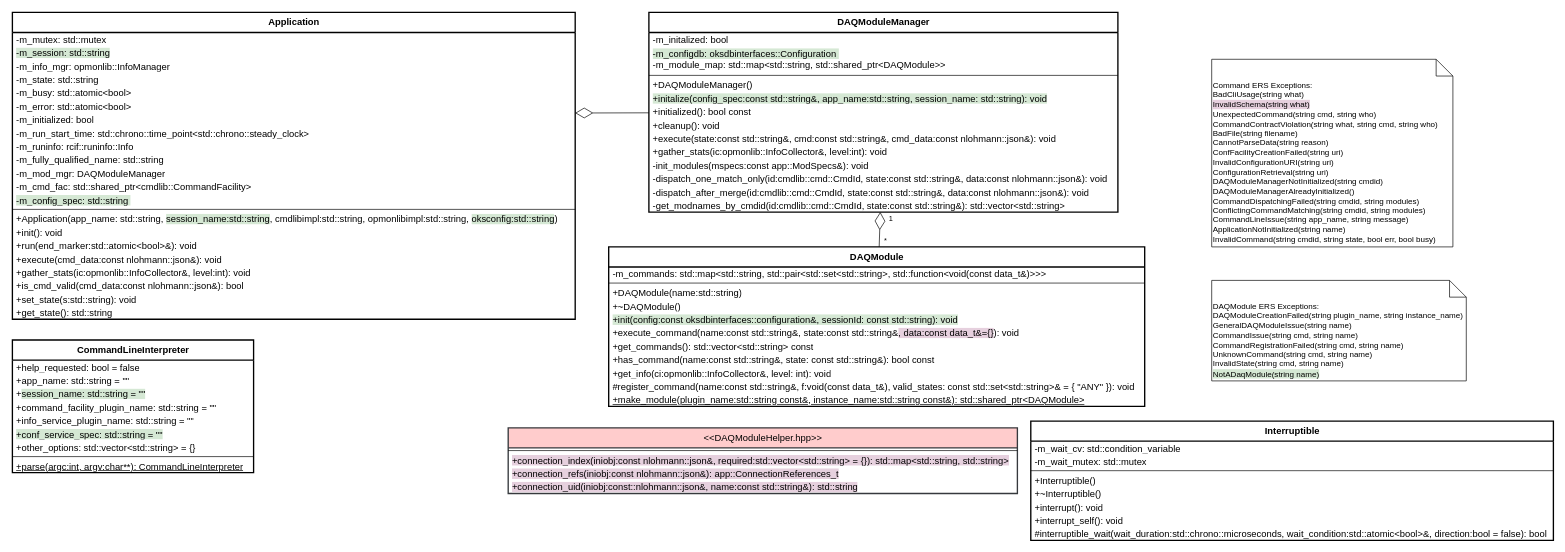
This is page "OKS config plain" (2 of 3) of docs/appfwk.drawio from DUNE-DAQ/appfwk, a draw.io file, before an edit. Source tidied: cells renumbered, new cells numbered last; positions are measured from the earlier drawing's top-left corner, leaving out a move shared by most shapes. Both pictures are drawn from the tidied source at 67%, with x=0, y=0 at pixel (12, 12).
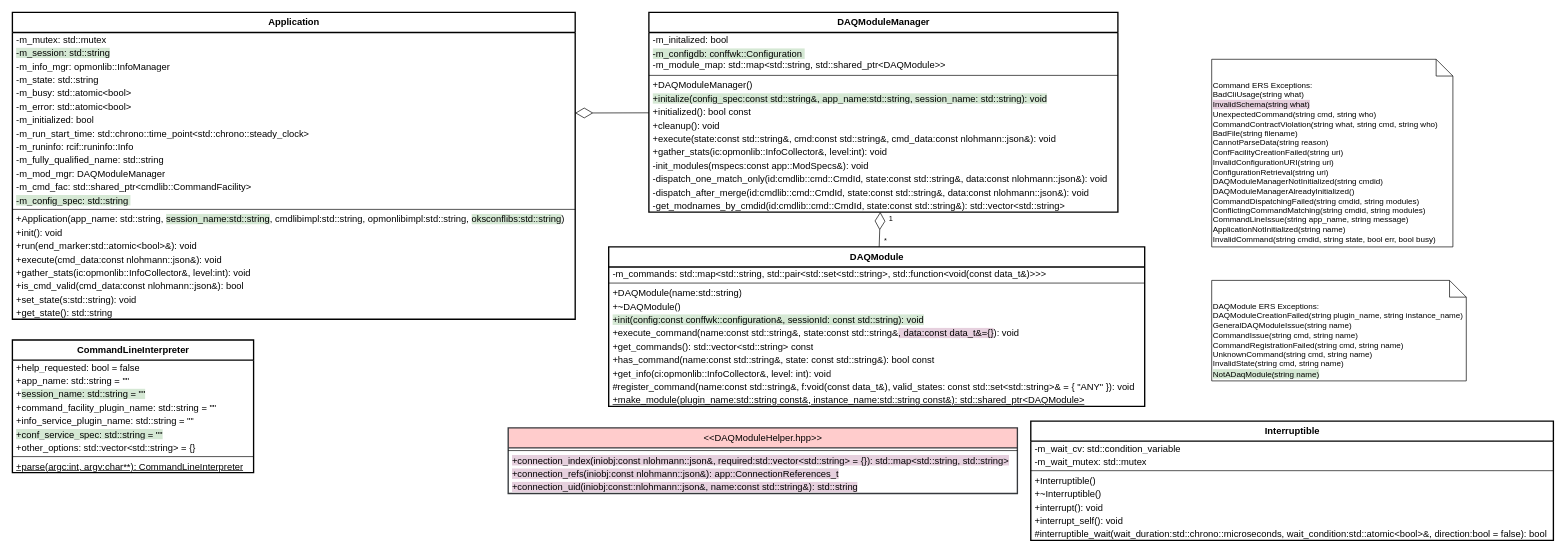
The same page after the edit.

Unchanged cells that the change refers to:
```xml
<mxCell id="2" value="&lt;b&gt;Application&lt;br&gt;&lt;/b&gt;" style="swimlane;fontStyle=0;align=center;verticalAlign=top;horizontal=1;startSize=30;html=1;fontFamily=Helvetica;fontSize=14;strokeWidth=2;fillColor=default;" parent="1" vertex="1">
  <mxGeometry width="840" height="458" as="geometry" />
</mxCell>
<mxCell id="25" value="&lt;b&gt;DAQModuleManager&lt;br&gt;&lt;/b&gt;" style="swimlane;fontStyle=0;align=center;verticalAlign=top;horizontal=1;startSize=30;html=1;fontFamily=Helvetica;fontSize=14;strokeWidth=2;fillColor=default;" parent="1" vertex="1">
  <mxGeometry x="950" width="700" height="298" as="geometry" />
</mxCell>
<mxCell id="39" value="&lt;b&gt;DAQModule&lt;br&gt;&lt;/b&gt;" style="swimlane;fontStyle=0;align=center;verticalAlign=top;horizontal=1;startSize=30;html=1;fontFamily=Helvetica;fontSize=14;strokeWidth=2;fillColor=default;" parent="1" vertex="1">
  <mxGeometry x="890" y="350" width="800" height="238" as="geometry" />
</mxCell>
```

Diff of the diagram source:
```diff
@@
-    <mxCell id="17" value="+Application(app_name: std::string, &lt;span style=&quot;background-color: rgb(213, 232, 212);&quot;&gt;session_name:std::string&lt;/span&gt;, cmdlibimpl:std::string, opmonlibimpl:std::string, &lt;span style=&quot;background-color: rgb(213, 232, 212);&quot;&gt;oksconfig:std::string&lt;/span&gt;)" style="text;html=1;strokeColor=none;fillColor=none;align=left;verticalAlign=middle;spacingLeft=4;spacingRight=4;overflow=hidden;fontFamily=Helvetica;fontSize=14;" parent="2" vertex="1">
+    <mxCell id="17" value="+Application(app_name: std::string, &lt;span style=&quot;background-color: rgb(213, 232, 212);&quot;&gt;session_name:std::string&lt;/span&gt;, cmdlibimpl:std::string, opmonlibimpl:std::string, &lt;span style=&quot;background-color: rgb(213, 232, 212);&quot;&gt;oksconflibs:std::string&lt;/span&gt;)" style="text;html=1;strokeColor=none;fillColor=none;align=left;verticalAlign=middle;spacingLeft=4;spacingRight=4;overflow=hidden;fontFamily=Helvetica;fontSize=14;" parent="2" vertex="1">
       <mxGeometry y="298" width="840" height="20" as="geometry" />
     </mxCell>
@@
-    <mxCell id="27" value="&lt;span style=&quot;background-color: rgb(213, 232, 212);&quot;&gt;-m_configdb: oksdbinterfaces::Configuration&amp;nbsp;&lt;br&gt;&lt;/span&gt;-m_module_map: std::map&amp;lt;std::string, std::shared_ptr&amp;lt;DAQModule&amp;gt;&amp;gt;" style="text;html=1;strokeColor=none;fillColor=none;align=left;verticalAlign=middle;spacingLeft=4;spacingRight=4;overflow=hidden;fontFamily=Helvetica;fontSize=14;" parent="25" vertex="1">
+    <mxCell id="27" value="&lt;span style=&quot;background-color: rgb(213, 232, 212);&quot;&gt;-m_configdb: conffwk::Configuration&amp;nbsp;&lt;br&gt;&lt;/span&gt;-m_module_map: std::map&amp;lt;std::string, std::shared_ptr&amp;lt;DAQModule&amp;gt;&amp;gt;" style="text;html=1;strokeColor=none;fillColor=none;align=left;verticalAlign=middle;spacingLeft=4;spacingRight=4;overflow=hidden;fontFamily=Helvetica;fontSize=14;" parent="25" vertex="1">
       <mxGeometry y="50" width="700" height="40" as="geometry" />
     </mxCell>
@@
-    <mxCell id="44" value="&lt;span style=&quot;background-color: rgb(213, 232, 212);&quot;&gt;+init(config:const oksdbinterfaces::configuration&amp;amp;, sessionId: const std::string): void&lt;/span&gt;" style="text;html=1;strokeColor=none;fillColor=none;align=left;verticalAlign=middle;spacingLeft=4;spacingRight=4;overflow=hidden;fontFamily=Helvetica;fontSize=14;" parent="39" vertex="1">
+    <mxCell id="44" value="&lt;span style=&quot;background-color: rgb(213, 232, 212);&quot;&gt;+init(config:const conffwk::configuration&amp;amp;, sessionId: const std::string): void&lt;/span&gt;" style="text;html=1;strokeColor=none;fillColor=none;align=left;verticalAlign=middle;spacingLeft=4;spacingRight=4;overflow=hidden;fontFamily=Helvetica;fontSize=14;" parent="39" vertex="1">
       <mxGeometry y="98" width="800" height="20" as="geometry" />
     </mxCell>
```
